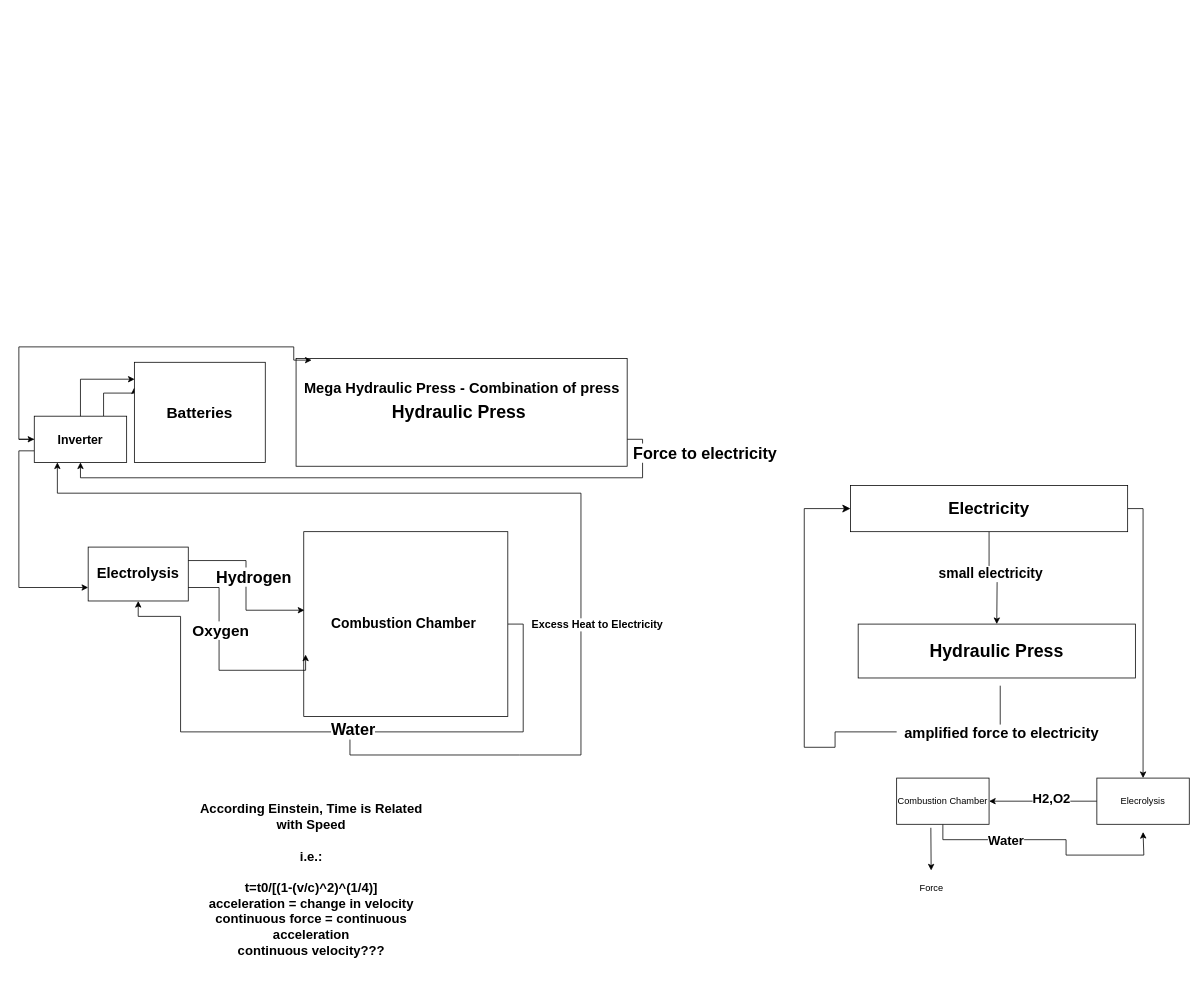
The draw.io diagram time-machine.drawio in anony45-everywhere/real-time-machine, before the edit. Source tidied: cells renumbered, new cells numbered last; positions are measured from the earlier drawing's top-left corner, leaving out a move shared by most shapes. Both pictures are drawn from the tidied source at 77%, with x=0, y=0 at pixel (18, 346).
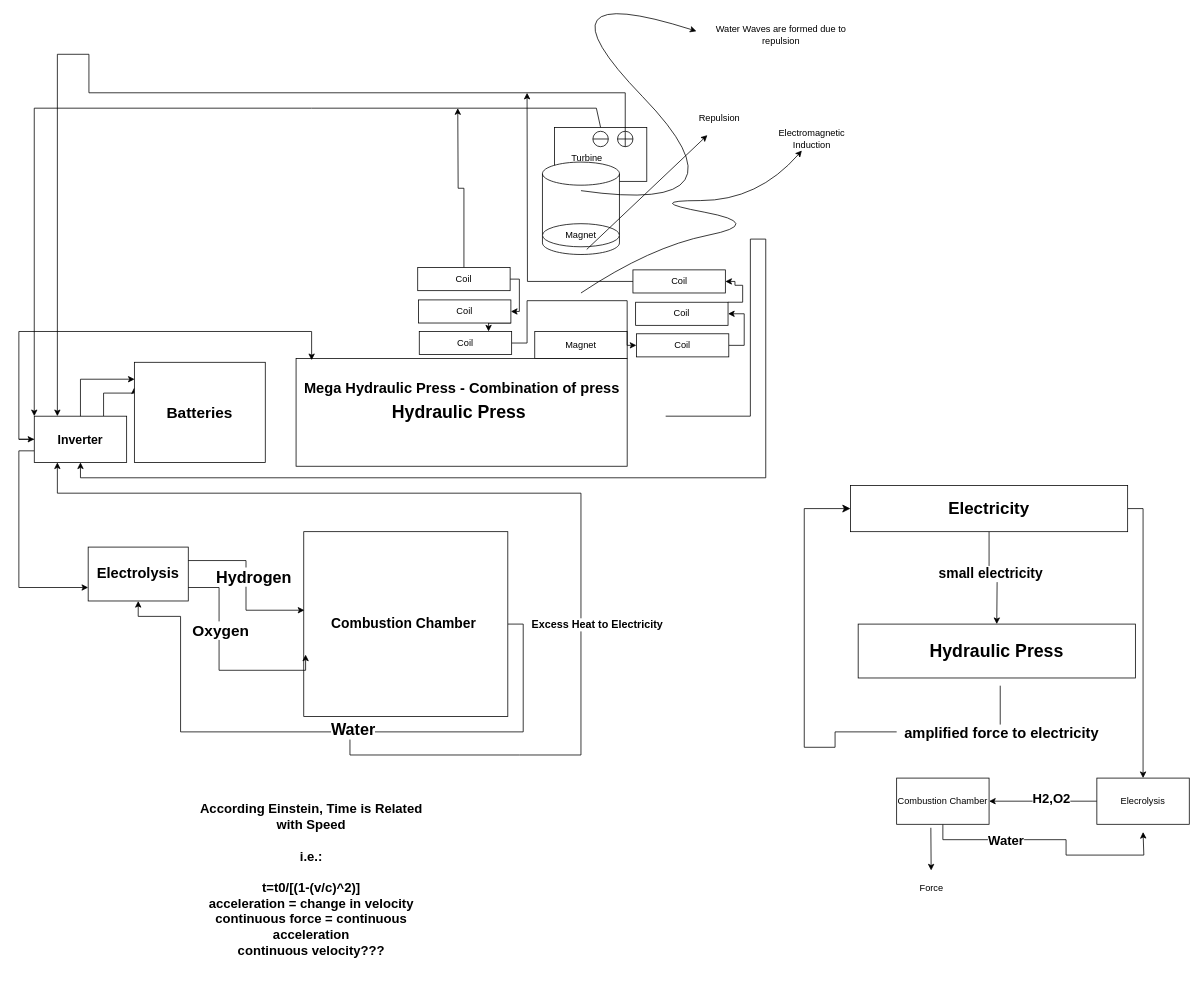
The same page after the edit.

The change refers to these unchanged cells:
```xml
<mxCell id="5" value="&lt;b&gt;&lt;font style=&quot;font-size: 23px;&quot;&gt;Hydraulic Press&amp;nbsp;&lt;/font&gt;&lt;/b&gt;" style="rounded=0;whiteSpace=wrap;html=1;" parent="1" vertex="1">
  <mxGeometry x="360" y="15" width="430" height="140" as="geometry" />
</mxCell>
<mxCell id="9" value="&lt;b&gt;&lt;font style=&quot;font-size: 16px;&quot;&gt;Inverter&lt;/font&gt;&lt;/b&gt;" style="rounded=0;whiteSpace=wrap;html=1;" parent="1" vertex="1">
  <mxGeometry x="20" y="90" width="120" height="60" as="geometry" />
</mxCell>
```

What changed in the source:
```diff
@@
+    <mxCell id="40" style="rounded=0;whiteSpace=wrap;html=1;" parent="1" vertex="1">
+      <mxGeometry x="695.5" y="-285" width="120" height="70" as="geometry" />
+    </mxCell>
@@
-    <mxCell id="3" style="edgeStyle=orthogonalEdgeStyle;rounded=0;jettySize=auto;html=1;exitX=1;exitY=0.75;exitDx=0;exitDy=0;entryX=0.5;entryY=1;entryDx=0;entryDy=0;" parent="1" edge="1" source="5" target="9">
-      <mxGeometry relative="1" as="geometry" />
-    </mxCell>
-    <mxCell id="4" value="Force to electricity" style="edgeLabel;html=1;align=center;verticalAlign=middle;fontStyle=1;fontSize=21;" parent="3" vertex="1">
-      <mxGeometry x="-0.91" relative="1" as="geometry">
-        <mxPoint x="80" as="offset" />
-      </mxGeometry>
-    </mxCell>
@@
     <mxCell id="7" style="edgeStyle=orthogonalEdgeStyle;rounded=0;jettySize=auto;html=1;exitX=0;exitY=0.5;exitDx=0;exitDy=0;entryX=0.047;entryY=0.016;entryDx=0;entryDy=0;entryPerimeter=0;" parent="1" edge="1" source="9" target="5">
       <mxGeometry relative="1" as="geometry">
         <Array as="points">
           <mxPoint y="120" />
-          <mxPoint />
-          <mxPoint x="357" />
-          <mxPoint x="357" y="17" />
+          <mxPoint y="-20" />
+          <mxPoint x="380" y="-20" />
         </Array>
       </mxGeometry>
     </mxCell>
@@
-    <mxCell id="38" value="&lt;b style=&quot;font-size: 17px;&quot;&gt;&lt;font style=&quot;font-size: 17px;&quot;&gt;According Einstein, Time is Related with Speed&lt;/font&gt;&lt;/b&gt;&lt;div style=&quot;font-size: 17px;&quot;&gt;&lt;b&gt;&lt;font style=&quot;font-size: 17px;&quot;&gt;&lt;br&gt;&lt;/font&gt;&lt;/b&gt;&lt;/div&gt;&lt;div style=&quot;font-size: 17px;&quot;&gt;&lt;b&gt;&lt;font style=&quot;font-size: 17px;&quot;&gt;i.e.:&lt;/font&gt;&lt;/b&gt;&lt;/div&gt;&lt;div style=&quot;font-size: 17px;&quot;&gt;&lt;b&gt;&lt;font style=&quot;font-size: 17px;&quot;&gt;&lt;br&gt;&lt;/font&gt;&lt;/b&gt;&lt;/div&gt;&lt;div style=&quot;font-size: 17px;&quot;&gt;&lt;b&gt;&lt;font style=&quot;font-size: 17px;&quot;&gt;t=t0/[(1-(v/c)^2)^(1/4)]&lt;/font&gt;&lt;/b&gt;&lt;/div&gt;&lt;div style=&quot;font-size: 17px;&quot;&gt;&lt;b&gt;&lt;font style=&quot;font-size: 17px;&quot;&gt;acceleration = change in velocity&lt;/font&gt;&lt;/b&gt;&lt;/div&gt;&lt;div style=&quot;font-size: 17px;&quot;&gt;&lt;b&gt;&lt;font style=&quot;font-size: 17px;&quot;&gt;continuous force = continuous acceleration&lt;/font&gt;&lt;/b&gt;&lt;/div&gt;&lt;div style=&quot;font-size: 17px;&quot;&gt;&lt;b&gt;&lt;font style=&quot;font-size: 17px;&quot;&gt;continuous velocity???&lt;/font&gt;&lt;/b&gt;&lt;/div&gt;&lt;div style=&quot;font-size: 17px;&quot;&gt;&lt;b style=&quot;&quot;&gt;&lt;font style=&quot;font-size: 17px;&quot;&gt;&amp;nbsp;&amp;nbsp;&lt;/font&gt;&lt;/b&gt;&lt;/div&gt;" style="text;html=1;align=center;verticalAlign=middle;whiteSpace=wrap;rounded=0;" parent="1" vertex="1">
+    <mxCell id="38" value="&lt;b style=&quot;font-size: 17px;&quot;&gt;&lt;font style=&quot;font-size: 17px;&quot;&gt;According Einstein, Time is Related with Speed&lt;/font&gt;&lt;/b&gt;&lt;div style=&quot;font-size: 17px;&quot;&gt;&lt;b&gt;&lt;font style=&quot;font-size: 17px;&quot;&gt;&lt;br&gt;&lt;/font&gt;&lt;/b&gt;&lt;/div&gt;&lt;div style=&quot;font-size: 17px;&quot;&gt;&lt;b&gt;&lt;font style=&quot;font-size: 17px;&quot;&gt;i.e.:&lt;/font&gt;&lt;/b&gt;&lt;/div&gt;&lt;div style=&quot;font-size: 17px;&quot;&gt;&lt;b&gt;&lt;font style=&quot;font-size: 17px;&quot;&gt;&lt;br&gt;&lt;/font&gt;&lt;/b&gt;&lt;/div&gt;&lt;div style=&quot;font-size: 17px;&quot;&gt;&lt;b&gt;&lt;font style=&quot;font-size: 17px;&quot;&gt;t=t0/[(1-(v/c)^2)]&lt;/font&gt;&lt;/b&gt;&lt;/div&gt;&lt;div style=&quot;font-size: 17px;&quot;&gt;&lt;b&gt;&lt;font style=&quot;font-size: 17px;&quot;&gt;acceleration = change in velocity&lt;/font&gt;&lt;/b&gt;&lt;/div&gt;&lt;div style=&quot;font-size: 17px;&quot;&gt;&lt;b&gt;&lt;font style=&quot;font-size: 17px;&quot;&gt;continuous force = continuous acceleration&lt;/font&gt;&lt;/b&gt;&lt;/div&gt;&lt;div style=&quot;font-size: 17px;&quot;&gt;&lt;b&gt;&lt;font style=&quot;font-size: 17px;&quot;&gt;continuous velocity???&lt;/font&gt;&lt;/b&gt;&lt;/div&gt;&lt;div style=&quot;font-size: 17px;&quot;&gt;&lt;b style=&quot;&quot;&gt;&lt;font style=&quot;font-size: 17px;&quot;&gt;&amp;nbsp;&amp;nbsp;&lt;/font&gt;&lt;/b&gt;&lt;/div&gt;" style="text;html=1;align=center;verticalAlign=middle;whiteSpace=wrap;rounded=0;" parent="1" vertex="1">
       <mxGeometry x="220" y="613" width="320" height="180" as="geometry" />
     </mxCell>
@@
+    <mxCell id="41" style="edgeStyle=orthogonalEdgeStyle;rounded=0;jettySize=auto;html=1;entryX=0.5;entryY=1;entryDx=0;entryDy=0;" parent="1" edge="1" target="9">
+      <mxGeometry relative="1" as="geometry">
+        <mxPoint x="840" y="90" as="sourcePoint" />
+        <Array as="points">
+          <mxPoint x="950" y="90" />
+          <mxPoint x="950" y="-140" />
+          <mxPoint x="970" y="-140" />
+          <mxPoint x="970" y="170" />
+          <mxPoint x="80" y="170" />
+        </Array>
+      </mxGeometry>
+    </mxCell>
+    <mxCell id="42" value="Magnet" style="rounded=0;whiteSpace=wrap;html=1;" parent="1" vertex="1">
+      <mxGeometry x="670" y="-20" width="120" height="35" as="geometry" />
+    </mxCell>
+    <mxCell id="43" style="edgeStyle=orthogonalEdgeStyle;rounded=0;jettySize=auto;html=1;exitX=1;exitY=0.5;exitDx=0;exitDy=0;entryX=0;entryY=0.5;entryDx=0;entryDy=0;" parent="1" edge="1" source="44" target="51">
+      <mxGeometry relative="1" as="geometry">
+        <Array as="points">
+          <mxPoint x="660" y="-5" />
+          <mxPoint x="660" y="-60" />
+          <mxPoint x="790" y="-60" />
+          <mxPoint x="790" y="-2" />
+        </Array>
+      </mxGeometry>
+    </mxCell>
+    <mxCell id="44" value="Coil" style="rounded=0;whiteSpace=wrap;html=1;" parent="1" vertex="1">
+      <mxGeometry x="520" y="-20" width="120" height="30" as="geometry" />
+    </mxCell>
+    <mxCell id="45" style="edgeStyle=orthogonalEdgeStyle;rounded=0;jettySize=auto;html=1;exitX=1;exitY=1;exitDx=0;exitDy=0;entryX=0.75;entryY=0;entryDx=0;entryDy=0;" parent="1" edge="1" source="46" target="44">
+      <mxGeometry relative="1" as="geometry" />
+    </mxCell>
+    <mxCell id="46" value="Coil" style="rounded=0;whiteSpace=wrap;html=1;" parent="1" vertex="1">
+      <mxGeometry x="519" y="-61" width="120" height="30" as="geometry" />
+    </mxCell>
+    <mxCell id="47" style="edgeStyle=orthogonalEdgeStyle;rounded=0;jettySize=auto;html=1;exitX=1;exitY=0.5;exitDx=0;exitDy=0;entryX=1;entryY=0.5;entryDx=0;entryDy=0;" parent="1" edge="1" source="49" target="46">
+      <mxGeometry relative="1" as="geometry">
+        <Array as="points">
+          <mxPoint x="650" y="-88" />
+          <mxPoint x="650" y="-46" />
+        </Array>
+      </mxGeometry>
+    </mxCell>
+    <mxCell id="48" style="edgeStyle=orthogonalEdgeStyle;rounded=0;jettySize=auto;html=1;exitX=0.5;exitY=0;exitDx=0;exitDy=0;" parent="1" edge="1" source="49">
+      <mxGeometry relative="1" as="geometry">
+        <mxPoint x="570" y="-310" as="targetPoint" />
+      </mxGeometry>
+    </mxCell>
+    <mxCell id="49" value="Coil" style="rounded=0;whiteSpace=wrap;html=1;" parent="1" vertex="1">
+      <mxGeometry x="518" y="-103" width="120" height="30" as="geometry" />
+    </mxCell>
+    <mxCell id="50" style="edgeStyle=orthogonalEdgeStyle;rounded=0;jettySize=auto;html=1;exitX=1;exitY=0.5;exitDx=0;exitDy=0;entryX=1;entryY=0.5;entryDx=0;entryDy=0;" parent="1" edge="1" source="51" target="53">
+      <mxGeometry relative="1" as="geometry" />
+    </mxCell>
+    <mxCell id="51" value="Coil" style="rounded=0;whiteSpace=wrap;html=1;" parent="1" vertex="1">
+      <mxGeometry x="802" y="-17" width="120" height="30" as="geometry" />
+    </mxCell>
+    <mxCell id="52" style="edgeStyle=orthogonalEdgeStyle;rounded=0;jettySize=auto;html=1;exitX=1;exitY=0;exitDx=0;exitDy=0;entryX=1;entryY=0.5;entryDx=0;entryDy=0;" parent="1" edge="1" source="53" target="55">
+      <mxGeometry relative="1" as="geometry">
+        <Array as="points">
+          <mxPoint x="940" y="-58" />
+          <mxPoint x="940" y="-80" />
+          <mxPoint x="930" y="-80" />
+          <mxPoint x="930" y="-85" />
+        </Array>
+      </mxGeometry>
+    </mxCell>
+    <mxCell id="53" value="Coil" style="rounded=0;whiteSpace=wrap;html=1;" parent="1" vertex="1">
+      <mxGeometry x="801" y="-58" width="120" height="30" as="geometry" />
+    </mxCell>
+    <mxCell id="54" style="edgeStyle=orthogonalEdgeStyle;rounded=0;jettySize=auto;html=1;exitX=0;exitY=0.5;exitDx=0;exitDy=0;" parent="1" edge="1" source="55">
+      <mxGeometry relative="1" as="geometry">
+        <mxPoint x="660" y="-330" as="targetPoint" />
+      </mxGeometry>
+    </mxCell>
+    <mxCell id="55" value="Coil" style="rounded=0;whiteSpace=wrap;html=1;" parent="1" vertex="1">
+      <mxGeometry x="797.5" y="-100" width="120" height="30" as="geometry" />
+    </mxCell>
+    <mxCell id="56" style="shape=cylinder3;whiteSpace=wrap;html=1;boundedLbl=1;backgroundOutline=1;size=15;" parent="1" vertex="1">
+      <mxGeometry x="680" y="-240" width="100" height="120" as="geometry" />
+    </mxCell>
+    <mxCell id="57" style="ellipse;whiteSpace=wrap;html=1;" parent="1" vertex="1">
+      <mxGeometry x="680" y="-160" width="100" height="30" as="geometry" />
+    </mxCell>
+    <mxCell id="58" value="Magnet" style="text;html=1;align=center;verticalAlign=middle;whiteSpace=wrap;rounded=0;" parent="1" vertex="1">
+      <mxGeometry x="700" y="-160" width="60" height="30" as="geometry" />
+    </mxCell>
+    <mxCell id="59" style="curved=1;endArrow=classic;html=1;rounded=0;" parent="1" edge="1" target="60">
+      <mxGeometry relative="1" as="geometry">
+        <mxPoint x="730" y="-70" as="sourcePoint" />
+        <Array as="points">
+          <mxPoint x="820" y="-130" />
+          <mxPoint x="970" y="-160" />
+          <mxPoint x="810" y="-190" />
+          <mxPoint x="960" y="-190" />
+        </Array>
+      </mxGeometry>
+    </mxCell>
+    <mxCell id="60" value="Electromagnetic Induction" style="text;html=1;align=center;verticalAlign=middle;whiteSpace=wrap;rounded=0;" parent="1" vertex="1">
+      <mxGeometry x="1000" y="-285" width="60" height="30" as="geometry" />
+    </mxCell>
+    <mxCell id="61" style="endArrow=classic;html=1;rounded=0;exitX=0.625;exitY=1.114;exitDx=0;exitDy=0;exitPerimeter=0;" parent="1" edge="1" source="58" target="62">
+      <mxGeometry relative="1" as="geometry" />
+    </mxCell>
+    <mxCell id="62" value="&lt;div&gt;Repulsion&lt;/div&gt;&lt;div&gt;&lt;br&gt;&lt;/div&gt;" style="text;html=1;align=center;verticalAlign=middle;whiteSpace=wrap;rounded=0;" parent="1" vertex="1">
+      <mxGeometry x="880" y="-305" width="60" height="30" as="geometry" />
+    </mxCell>
+    <mxCell id="63" style="curved=1;endArrow=classic;html=1;rounded=0;" parent="1" edge="1">
+      <mxGeometry relative="1" as="geometry">
+        <mxPoint x="730" y="-202.9" as="sourcePoint" />
+        <mxPoint x="880" y="-410" as="targetPoint" />
+        <Array as="points">
+          <mxPoint x="960" y="-170" />
+          <mxPoint x="660" y="-480" />
+        </Array>
+      </mxGeometry>
+    </mxCell>
+    <mxCell id="64" value="Water Waves are formed due to repulsion" style="text;html=1;align=center;verticalAlign=middle;whiteSpace=wrap;rounded=0;" parent="1" vertex="1">
+      <mxGeometry x="890" y="-420" width="200" height="30" as="geometry" />
+    </mxCell>
+    <mxCell id="65" style="endArrow=classic;html=1;rounded=0;entryX=0;entryY=0;entryDx=0;entryDy=0;exitX=0.5;exitY=0;exitDx=0;exitDy=0;" parent="1" edge="1" source="40" target="9">
+      <mxGeometry relative="1" as="geometry">
+        <Array as="points">
+          <mxPoint x="750" y="-310" />
+          <mxPoint x="380" y="-310" />
+          <mxPoint x="20" y="-310" />
+        </Array>
+      </mxGeometry>
+    </mxCell>
+    <mxCell id="66" style="edgeStyle=orthogonalEdgeStyle;rounded=0;jettySize=auto;html=1;exitX=0.5;exitY=0;exitDx=0;exitDy=0;entryX=0.25;entryY=0;entryDx=0;entryDy=0;" parent="1" edge="1" source="67" target="9">
+      <mxGeometry relative="1" as="geometry">
+        <Array as="points">
+          <mxPoint x="787" y="-330" />
+          <mxPoint x="91" y="-330" />
+          <mxPoint x="91" y="-380" />
+          <mxPoint x="50" y="-380" />
+        </Array>
+      </mxGeometry>
+    </mxCell>
+    <mxCell id="67" style="shape=orEllipse;perimeter=ellipsePerimeter;whiteSpace=wrap;html=1;backgroundOutline=1;" parent="1" vertex="1">
+      <mxGeometry x="777.5" y="-280" width="20" height="20" as="geometry" />
+    </mxCell>
+    <mxCell id="68" style="shape=lineEllipse;perimeter=ellipsePerimeter;whiteSpace=wrap;html=1;backgroundOutline=1;" parent="1" vertex="1">
+      <mxGeometry x="745.5" y="-280" width="20" height="20" as="geometry" />
+    </mxCell>
+    <mxCell id="69" value="Turbine" style="text;html=1;align=center;verticalAlign=middle;whiteSpace=wrap;rounded=0;" parent="1" vertex="1">
+      <mxGeometry x="707.5" y="-260" width="60" height="30" as="geometry" />
+    </mxCell>
```
